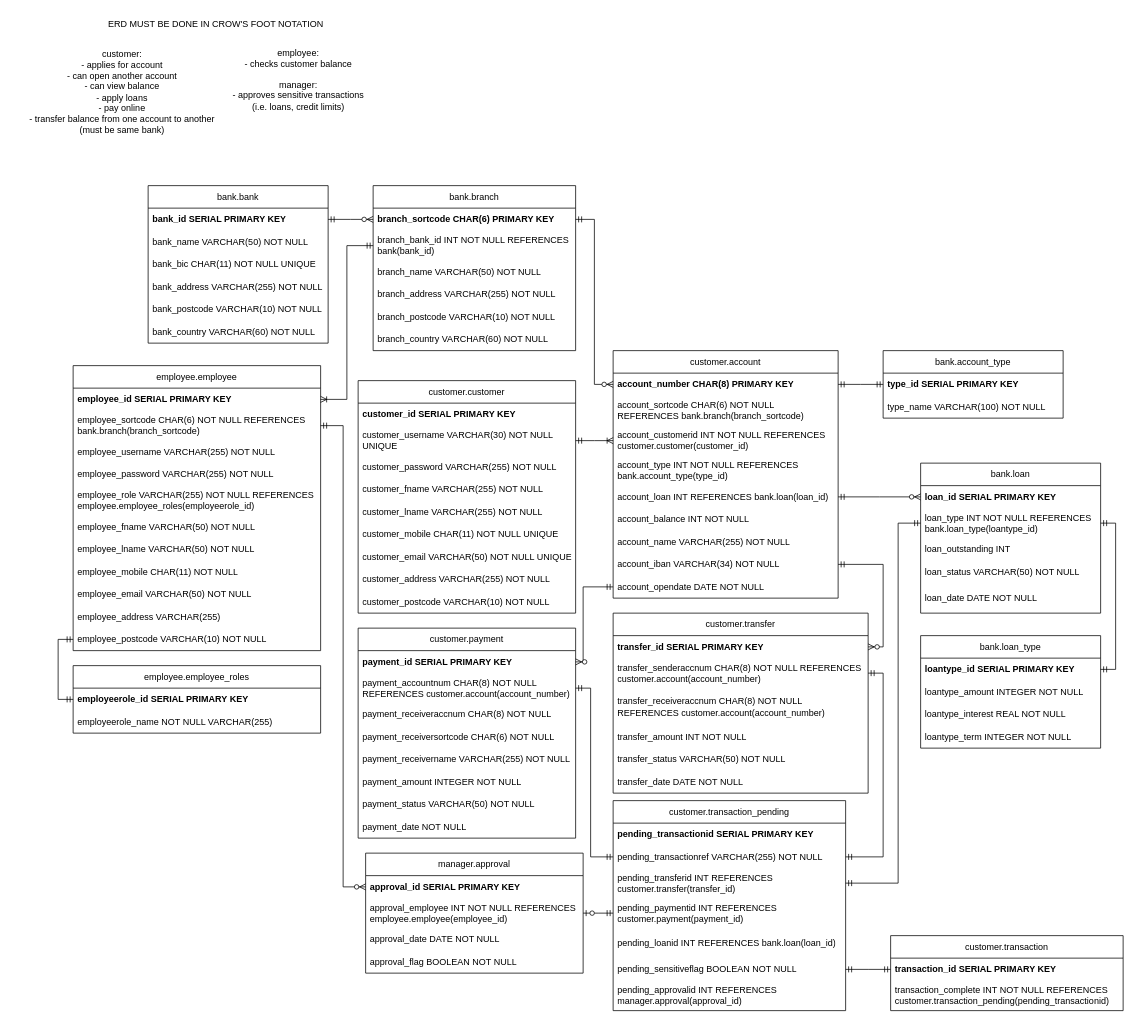
Earlier version of the draw.io diagram im-erd.drawio (rzvn666/IM-CW1). Source tidied: cells renumbered, new cells numbered last; positions are measured from the earlier drawing's top-left corner, leaving out a move shared by most shapes. Both pictures are drawn from the tidied source at 75%, with x=0, y=0 at pixel (13, 13).
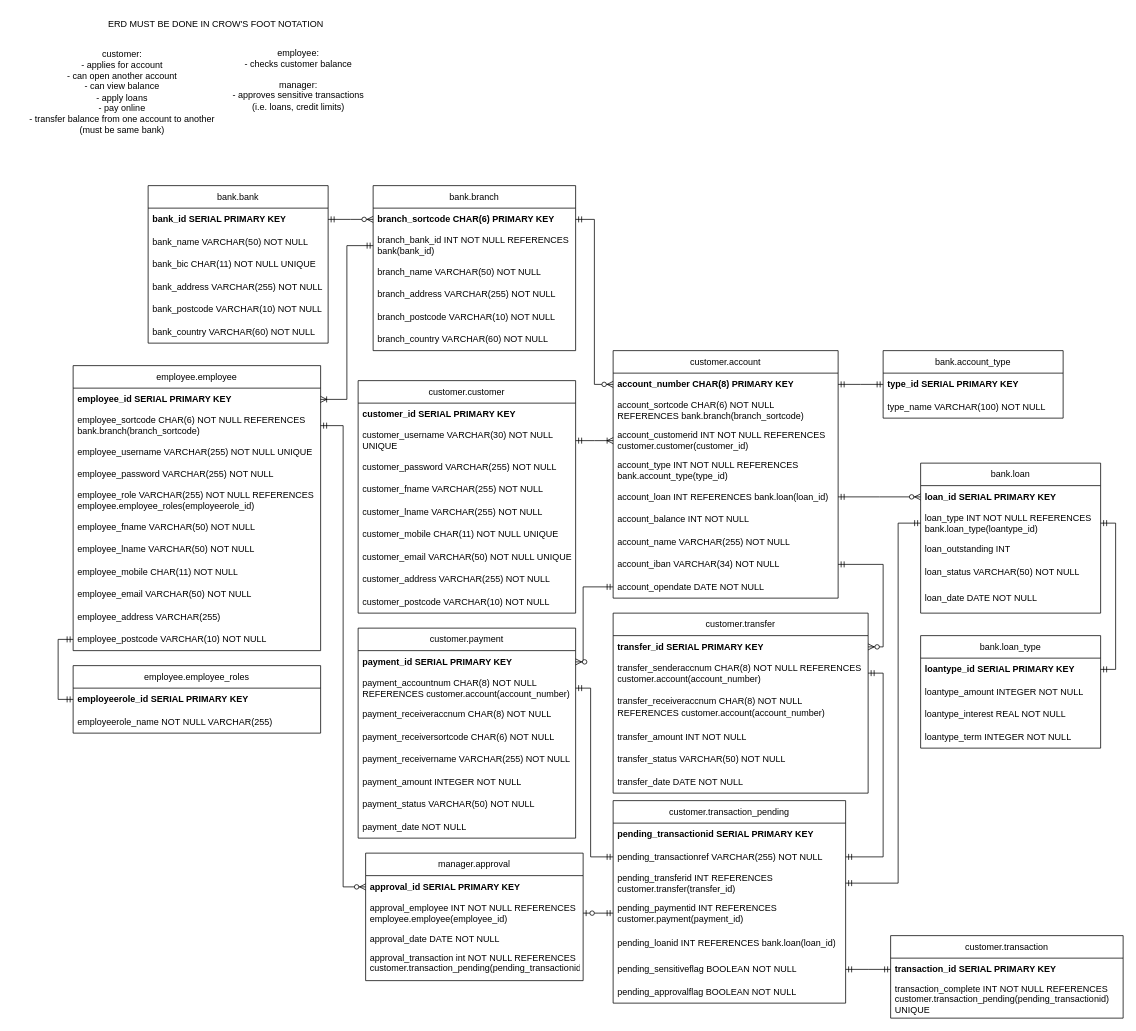
The same diagram, later.

Commit message (it also covers changes not shown here):
fixed unique usernames, erd, test script

Unchanged cells that the change refers to:
```xml
<mxCell id="51" value="employee.employee" style="swimlane;fontStyle=0;horizontal=1;startSize=30;whiteSpace=wrap;html=1;" parent="1" vertex="1">
  <mxGeometry x="80" y="470" width="330" height="380" as="geometry" />
</mxCell>
```

What changed in the source:
```diff
@@
-    <mxCell id="54" value="employee_username VARCHAR(255) NOT NULL" style="text;strokeColor=none;fillColor=none;align=left;verticalAlign=middle;spacingLeft=4;spacingRight=4;overflow=hidden;whiteSpace=wrap;html=1;" parent="51" vertex="1">
+    <mxCell id="54" value="employee_username VARCHAR(255) NOT NULL UNIQUE" style="text;strokeColor=none;fillColor=none;align=left;verticalAlign=middle;spacingLeft=4;spacingRight=4;overflow=hidden;whiteSpace=wrap;html=1;" parent="51" vertex="1">
       <mxGeometry y="100" width="330" height="30" as="geometry" />
     </mxCell>
@@
     <mxCell id="64" value="customer.transaction_pending" style="swimlane;fontStyle=0;horizontal=1;startSize=30;whiteSpace=wrap;html=1;" parent="1" vertex="1">
-      <mxGeometry x="800" y="1050" width="310" height="280" as="geometry" />
+      <mxGeometry x="800" y="1050" width="310" height="270" as="geometry" />
     </mxCell>
@@
-    <mxCell id="71" value="pending_approvalid INT REFERENCES manager.approval(approval_id)" style="text;strokeColor=none;fillColor=none;align=left;verticalAlign=middle;spacingLeft=4;spacingRight=4;overflow=hidden;whiteSpace=wrap;html=1;" parent="64" vertex="1">
-      <mxGeometry y="240" width="310" height="40" as="geometry" />
+    <mxCell id="71" value="&lt;div&gt;pending_approvalflag BOOLEAN NOT NULL&lt;/div&gt;" style="text;strokeColor=none;fillColor=none;align=left;verticalAlign=middle;spacingLeft=4;spacingRight=4;overflow=hidden;whiteSpace=wrap;html=1;" parent="64" vertex="1">
+      <mxGeometry y="240" width="310" height="30" as="geometry" />
     </mxCell>
     <mxCell id="72" value="manager.approval" style="swimlane;fontStyle=0;horizontal=1;startSize=30;whiteSpace=wrap;html=1;" parent="1" vertex="1">
-      <mxGeometry x="470" y="1120" width="290" height="160" as="geometry" />
+      <mxGeometry x="470" y="1120" width="290" height="170" as="geometry" />
     </mxCell>
@@
-    <mxCell id="76" value="approval_flag BOOLEAN NOT NULL" style="text;strokeColor=none;fillColor=none;align=left;verticalAlign=middle;spacingLeft=4;spacingRight=4;overflow=hidden;whiteSpace=wrap;html=1;" parent="72" vertex="1">
-      <mxGeometry y="130" width="290" height="30" as="geometry" />
+    <mxCell id="76" value="&lt;div&gt;approval_transaction int NOT NULL REFERENCES customer.transaction_pending(pending_transactionid)&lt;/div&gt;&lt;div&gt;&lt;br&gt;&lt;/div&gt;" style="text;strokeColor=none;fillColor=none;align=left;verticalAlign=middle;spacingLeft=4;spacingRight=4;overflow=hidden;whiteSpace=wrap;html=1;" parent="72" vertex="1">
+      <mxGeometry y="130" width="290" height="40" as="geometry" />
     </mxCell>
@@
     <mxCell id="100" value="customer.transaction" style="swimlane;fontStyle=0;horizontal=1;startSize=30;whiteSpace=wrap;html=1;" parent="1" vertex="1">
-      <mxGeometry x="1170" y="1230" width="310" height="100" as="geometry" />
+      <mxGeometry x="1170" y="1230" width="310" height="110" as="geometry" />
     </mxCell>
@@
-    <mxCell id="102" value="transaction_complete INT NOT NULL REFERENCES customer.transaction_pending(pending_transactionid)" style="text;strokeColor=none;fillColor=none;align=left;verticalAlign=middle;spacingLeft=4;spacingRight=4;overflow=hidden;whiteSpace=wrap;html=1;" parent="100" vertex="1">
-      <mxGeometry y="60" width="310" height="40" as="geometry" />
+    <mxCell id="102" value="transaction_complete INT NOT NULL REFERENCES customer.transaction_pending(pending_transactionid) UNIQUE" style="text;strokeColor=none;fillColor=none;align=left;verticalAlign=middle;spacingLeft=4;spacingRight=4;overflow=hidden;whiteSpace=wrap;html=1;" parent="100" vertex="1">
+      <mxGeometry y="60" width="310" height="50" as="geometry" />
     </mxCell>
```
